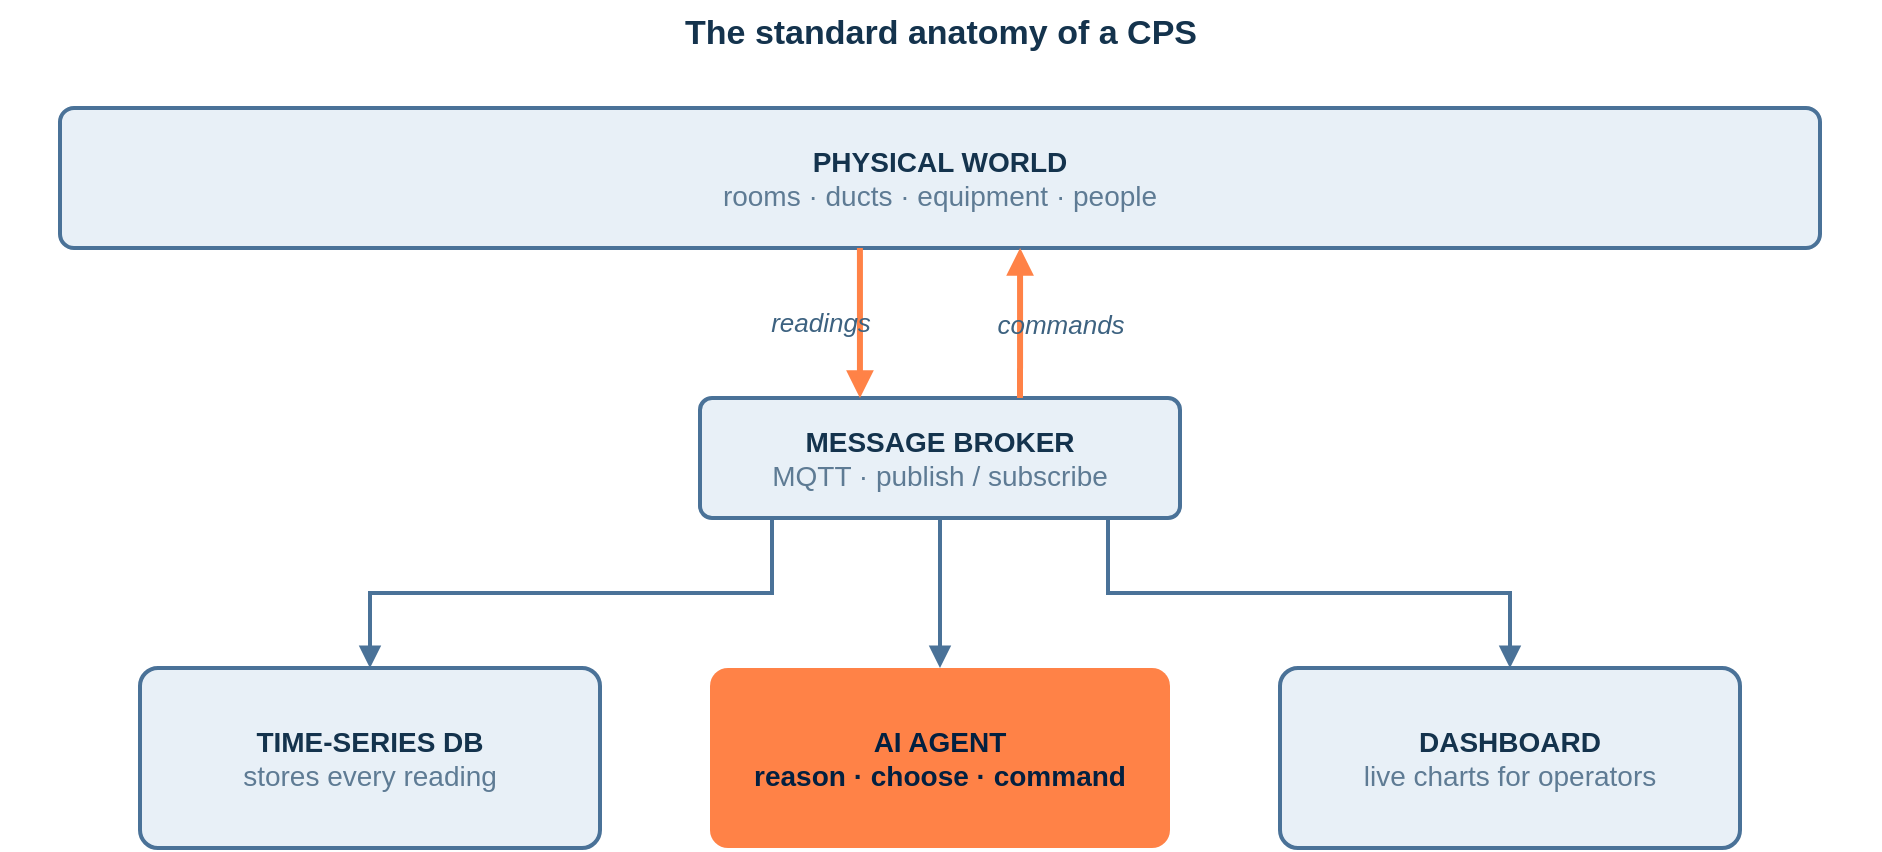
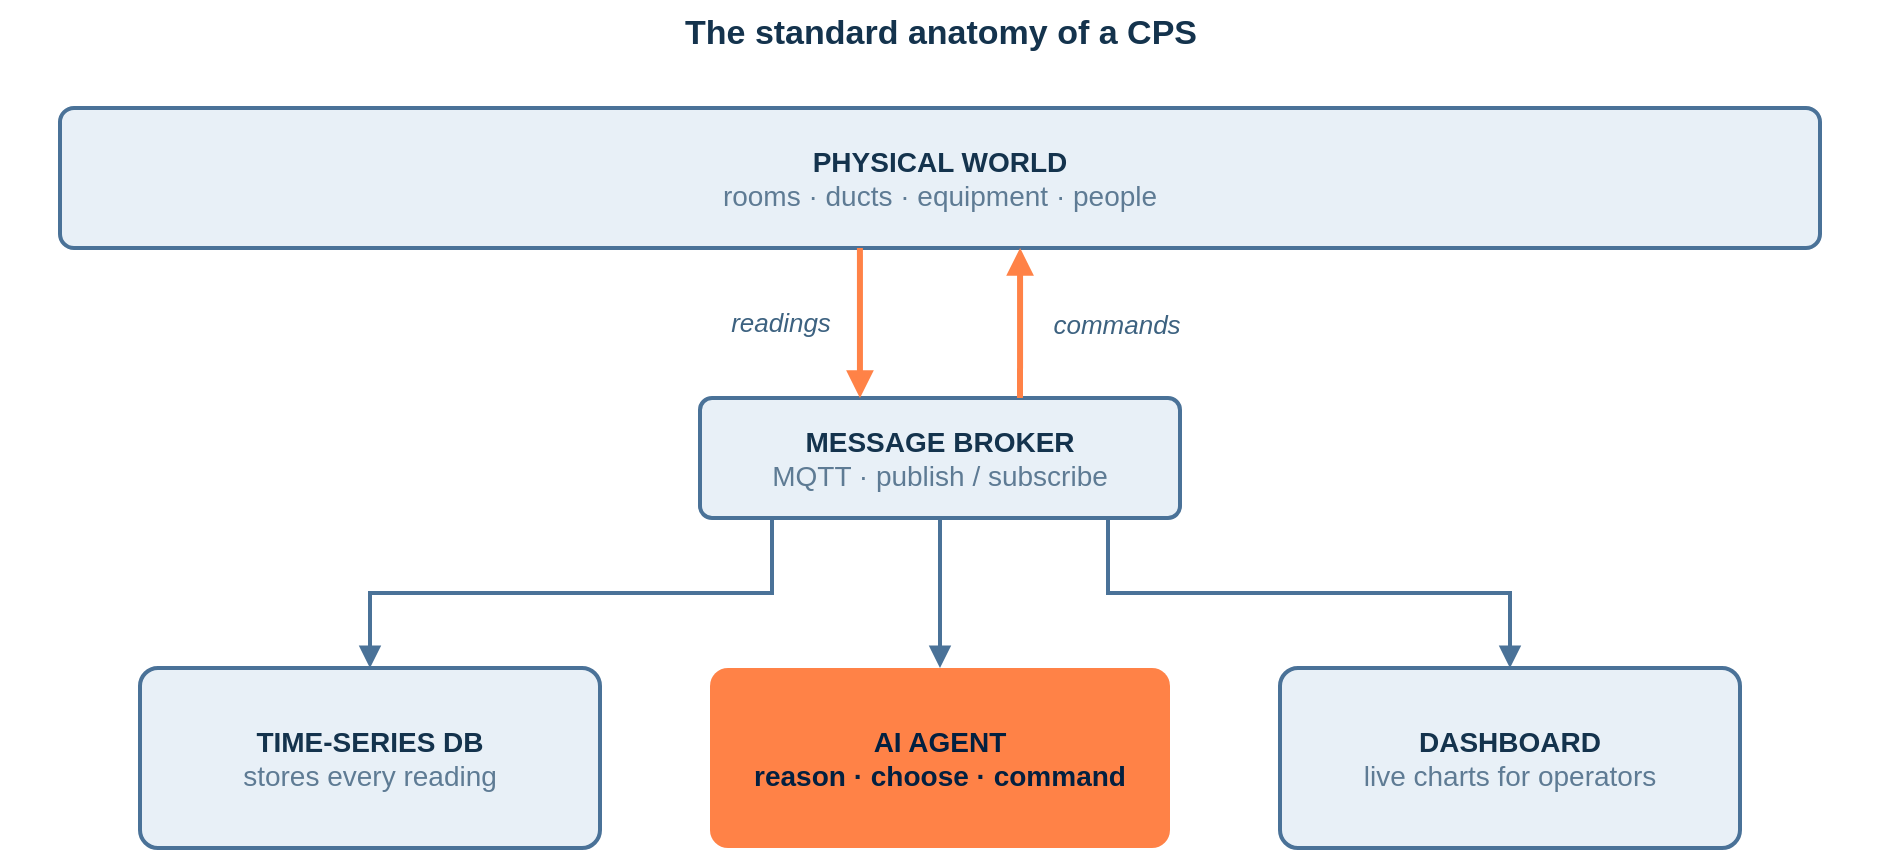
<mxfile host="app.diagrams.net">
  <diagram id="course-notes2-fig01" name="course-notes2-fig01">
    <mxGraphModel dx="1000" dy="600" grid="0" page="1" pageScale="1" pageWidth="1000" pageHeight="480" math="0" shadow="0" background="#FFFFFF">
      <root>
        <mxCell id="0"/>
        <mxCell id="1" parent="0"/>
        <mxCell id="title" value="The standard anatomy of a CPS" style="text;html=1;align=center;fontColor=#14334D;fontSize=17;fontStyle=1;fontFamily=Helvetica;" vertex="1" parent="1">
          <mxGeometry x="30" y="16" width="940" height="30" as="geometry"/>
        </mxCell>
        <mxCell id="phys" value="&lt;b&gt;PHYSICAL WORLD&lt;/b&gt;&#10;&lt;font color=&quot;#5E7B94&quot;&gt;rooms · ducts · equipment · people&lt;/font&gt;" style="rounded=1;whiteSpace=wrap;html=1;fillColor=#E8F0F7;strokeColor=#4A7298;strokeWidth=2;fontColor=#14334D;fontFamily=Helvetica;arcSize=10;fontSize=14;" vertex="1" parent="1">
          <mxGeometry x="60" y="70" width="880" height="70" as="geometry"/>
        </mxCell>
        <mxCell id="broker" value="&lt;b&gt;MESSAGE BROKER&lt;/b&gt;&#10;&lt;font color=&quot;#5E7B94&quot;&gt;MQTT · publish / subscribe&lt;/font&gt;" style="rounded=1;whiteSpace=wrap;html=1;fillColor=#E8F0F7;strokeColor=#4A7298;strokeWidth=2;fontColor=#14334D;fontFamily=Helvetica;arcSize=10;fontSize=14;" vertex="1" parent="1">
          <mxGeometry x="380" y="215" width="240" height="60" as="geometry"/>
        </mxCell>
        <mxCell id="tsdb" value="&lt;b&gt;TIME-SERIES DB&lt;/b&gt;&#10;&lt;font color=&quot;#5E7B94&quot;&gt;stores every reading&lt;/font&gt;" style="rounded=1;whiteSpace=wrap;html=1;fillColor=#E8F0F7;strokeColor=#4A7298;strokeWidth=2;fontColor=#14334D;fontFamily=Helvetica;arcSize=10;fontSize=14;" vertex="1" parent="1">
          <mxGeometry x="100" y="350" width="230" height="90" as="geometry"/>
        </mxCell>
        <mxCell id="agent" value="AI AGENT&#10;reason · choose · command" style="rounded=1;whiteSpace=wrap;html=1;fillColor=#FF8247;strokeColor=none;fontColor=#032040;fontStyle=1;fontFamily=Helvetica;arcSize=10;fontSize=14;" vertex="1" parent="1">
          <mxGeometry x="385" y="350" width="230" height="90" as="geometry"/>
        </mxCell>
        <mxCell id="dash" value="&lt;b&gt;DASHBOARD&lt;/b&gt;&#10;&lt;font color=&quot;#5E7B94&quot;&gt;live charts for operators&lt;/font&gt;" style="rounded=1;whiteSpace=wrap;html=1;fillColor=#E8F0F7;strokeColor=#4A7298;strokeWidth=2;fontColor=#14334D;fontFamily=Helvetica;arcSize=10;fontSize=14;" vertex="1" parent="1">
          <mxGeometry x="670" y="350" width="230" height="90" as="geometry"/>
        </mxCell>
        <mxCell id="eReadings" value="readings" style="endArrow=block;html=1;strokeColor=#FF8247;strokeWidth=3;fontColor=#3D6280;fontSize=13;fontStyle=2;labelBackgroundColor=none;exitX=0.4545;exitY=1;entryX=0.3333;entryY=0;" edge="1" parent="1" source="phys" target="broker">
-           <mxGeometry relative="1" as="geometry">
-             <mxPoint x="-20" as="offset"/>
-           </mxGeometry>
+           <mxGeometry relative="1" as="geometry"><mxPoint x="-40" y="0" as="offset"/></mxGeometry>
        </mxCell>
        <mxCell id="eCommands" value="commands" style="endArrow=block;html=1;strokeColor=#FF8247;strokeWidth=3;fontColor=#3D6280;fontSize=13;fontStyle=2;labelBackgroundColor=none;exitX=0.6667;exitY=0;entryX=0.5455;entryY=1;" edge="1" parent="1" source="broker" target="phys">
-           <mxGeometry relative="1" as="geometry">
-             <mxPoint x="20" as="offset"/>
-           </mxGeometry>
+           <mxGeometry relative="1" as="geometry"><mxPoint x="48" y="0" as="offset"/></mxGeometry>
        </mxCell>
        <mxCell id="eTsdb" style="endArrow=block;html=1;strokeColor=#4A7298;strokeWidth=2;edgeStyle=orthogonalEdgeStyle;rounded=0;exitX=0.15;exitY=1;entryX=0.5;entryY=0;" edge="1" parent="1" source="broker" target="tsdb">
          <mxGeometry relative="1" as="geometry"/>
        </mxCell>
        <mxCell id="eAgent" style="endArrow=block;html=1;strokeColor=#4A7298;strokeWidth=2;exitX=0.5;exitY=1;entryX=0.5;entryY=0;" edge="1" parent="1" source="broker" target="agent">
          <mxGeometry relative="1" as="geometry"/>
        </mxCell>
        <mxCell id="eDash" style="endArrow=block;html=1;strokeColor=#4A7298;strokeWidth=2;edgeStyle=orthogonalEdgeStyle;rounded=0;exitX=0.85;exitY=1;entryX=0.5;entryY=0;" edge="1" parent="1" source="broker" target="dash">
          <mxGeometry relative="1" as="geometry"/>
        </mxCell>
      </root>
    </mxGraphModel>
  </diagram>
</mxfile>
